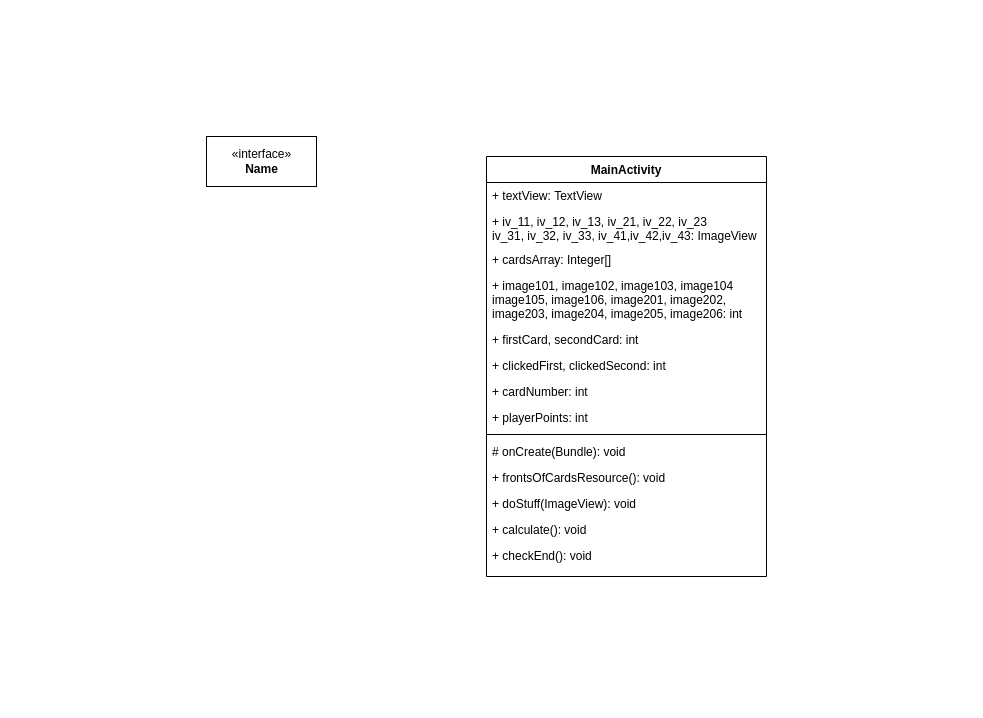
This is Untitled Diagram.drawio from UrbanRoland/Hobby-project, a draw.io file, before an edit. Source tidied: cells renumbered, new cells numbered last; positions are measured from the earlier drawing's top-left corner, leaving out a move shared by most shapes. Both pictures are drawn from the tidied source at 100%, with x=0, y=0 at pixel (206, 136).
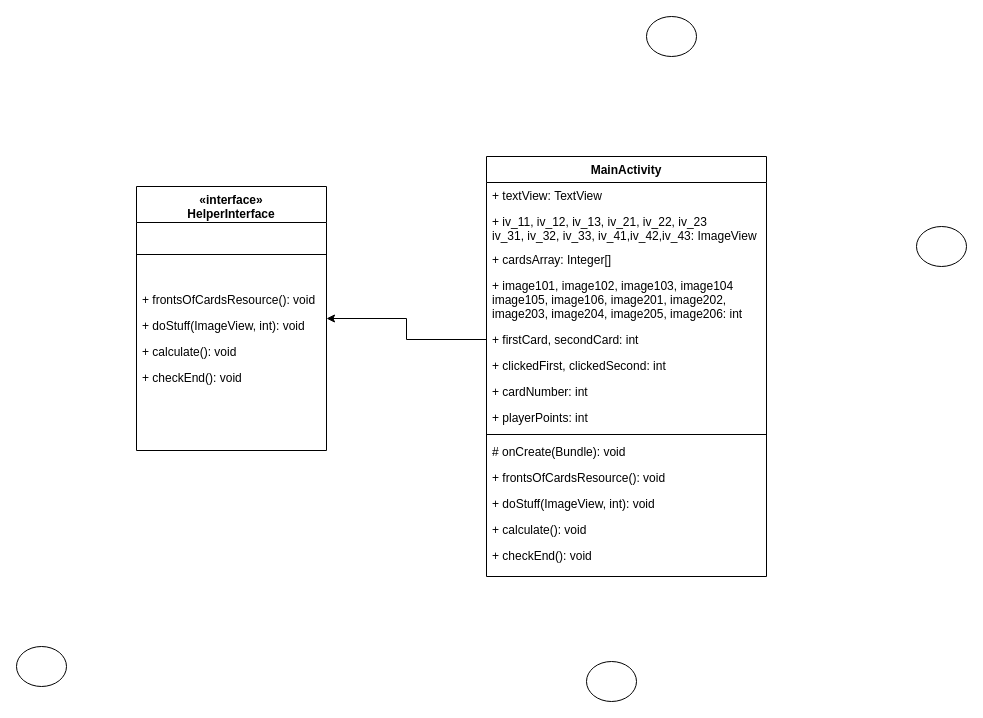
The same page after the edit.

Unchanged cells that the change refers to:
```xml
<mxCell id="3" value="MainActivity" style="swimlane;fontStyle=1;align=center;verticalAlign=top;horizontal=1;startSize=26;" parent="1" vertex="1">
  <mxGeometry x="280" y="20" width="280" height="420" as="geometry" />
</mxCell>
<mxCell id="8" value="+ firstCard, secondCard: int" style="text;strokeColor=none;fillColor=none;align=left;verticalAlign=top;spacingLeft=4;spacingRight=4;overflow=hidden;points=[[0,0.5],[1,0.5]];portConstraint=eastwest;" parent="3" vertex="1">
  <mxGeometry y="170" width="280" height="26" as="geometry" />
</mxCell>
```

Change to the diagram source:
```diff
@@
-    <mxCell id="2" value="&amp;laquo;interface&amp;raquo;&lt;br&gt;&lt;b&gt;Name&lt;/b&gt;" style="html=1;" parent="1" vertex="1">
-      <mxGeometry width="110" height="50" as="geometry" />
-    </mxCell>
+    <mxCell id="18" style="edgeStyle=orthogonalEdgeStyle;rounded=0;jettySize=auto;html=1;fontColor=#FFFFFF;entryX=0;entryY=0.5;entryDx=0;entryDy=0;startArrow=classic;startFill=1;endArrow=none;endFill=0;" parent="1" edge="1" source="19" target="8">
+      <mxGeometry relative="1" as="geometry" />
+    </mxCell>
@@
-    <mxCell id="15" value="+ doStuff(ImageView): void" style="text;strokeColor=none;fillColor=none;align=left;verticalAlign=top;spacingLeft=4;spacingRight=4;overflow=hidden;" parent="3" vertex="1">
+    <mxCell id="15" value="+ doStuff(ImageView, int): void" style="text;strokeColor=none;fillColor=none;align=left;verticalAlign=top;spacingLeft=4;spacingRight=4;overflow=hidden;" parent="3" vertex="1">
       <mxGeometry y="334" width="280" height="26" as="geometry" />
     </mxCell>
@@
+    <mxCell id="19" value="«interface»&#10;HelperInterface" style="swimlane;fontStyle=1;align=center;verticalAlign=top;horizontal=1;startSize=36;" parent="1" vertex="1">
+      <mxGeometry x="-70" y="50" width="190" height="264" as="geometry" />
+    </mxCell>
+    <mxCell id="20" style="line;strokeWidth=1;fillColor=none;align=left;verticalAlign=middle;spacingTop=-1;spacingLeft=3;spacingRight=3;labelPosition=right;" parent="19" vertex="1">
+      <mxGeometry y="36" width="190" height="64" as="geometry" />
+    </mxCell>
+    <mxCell id="21" value="+ frontsOfCardsResource(): void" style="text;strokeColor=none;fillColor=none;align=left;verticalAlign=top;spacingLeft=4;spacingRight=4;overflow=hidden;" parent="19" vertex="1">
+      <mxGeometry y="100" width="190" height="26" as="geometry" />
+    </mxCell>
+    <mxCell id="22" value="+ doStuff(ImageView, int): void" style="text;strokeColor=none;fillColor=none;align=left;verticalAlign=top;spacingLeft=4;spacingRight=4;overflow=hidden;" parent="19" vertex="1">
+      <mxGeometry y="126" width="190" height="26" as="geometry" />
+    </mxCell>
+    <mxCell id="23" value="+ calculate(): void" style="text;strokeColor=none;fillColor=none;align=left;verticalAlign=top;spacingLeft=4;spacingRight=4;overflow=hidden;" parent="19" vertex="1">
+      <mxGeometry y="152" width="190" height="26" as="geometry" />
+    </mxCell>
+    <mxCell id="24" value="+ checkEnd(): void" style="text;strokeColor=none;fillColor=none;align=left;verticalAlign=top;spacingLeft=4;spacingRight=4;overflow=hidden;" parent="19" vertex="1">
+      <mxGeometry y="178" width="190" height="86" as="geometry" />
+    </mxCell>
+    <mxCell id="25" style="ellipse;whiteSpace=wrap;html=1;fontColor=#FFFFFF;" parent="1" vertex="1">
+      <mxGeometry x="-190" y="510" width="50" height="40" as="geometry" />
+    </mxCell>
+    <mxCell id="26" style="ellipse;whiteSpace=wrap;html=1;fontColor=#FFFFFF;" parent="1" vertex="1">
+      <mxGeometry x="710" y="90" width="50" height="40" as="geometry" />
+    </mxCell>
+    <mxCell id="27" style="ellipse;whiteSpace=wrap;html=1;fontColor=#FFFFFF;" parent="1" vertex="1">
+      <mxGeometry x="440" y="-120" width="50" height="40" as="geometry" />
+    </mxCell>
+    <mxCell id="28" style="ellipse;whiteSpace=wrap;html=1;fontColor=#FFFFFF;" parent="1" vertex="1">
+      <mxGeometry x="380" y="525" width="50" height="40" as="geometry" />
+    </mxCell>
```
